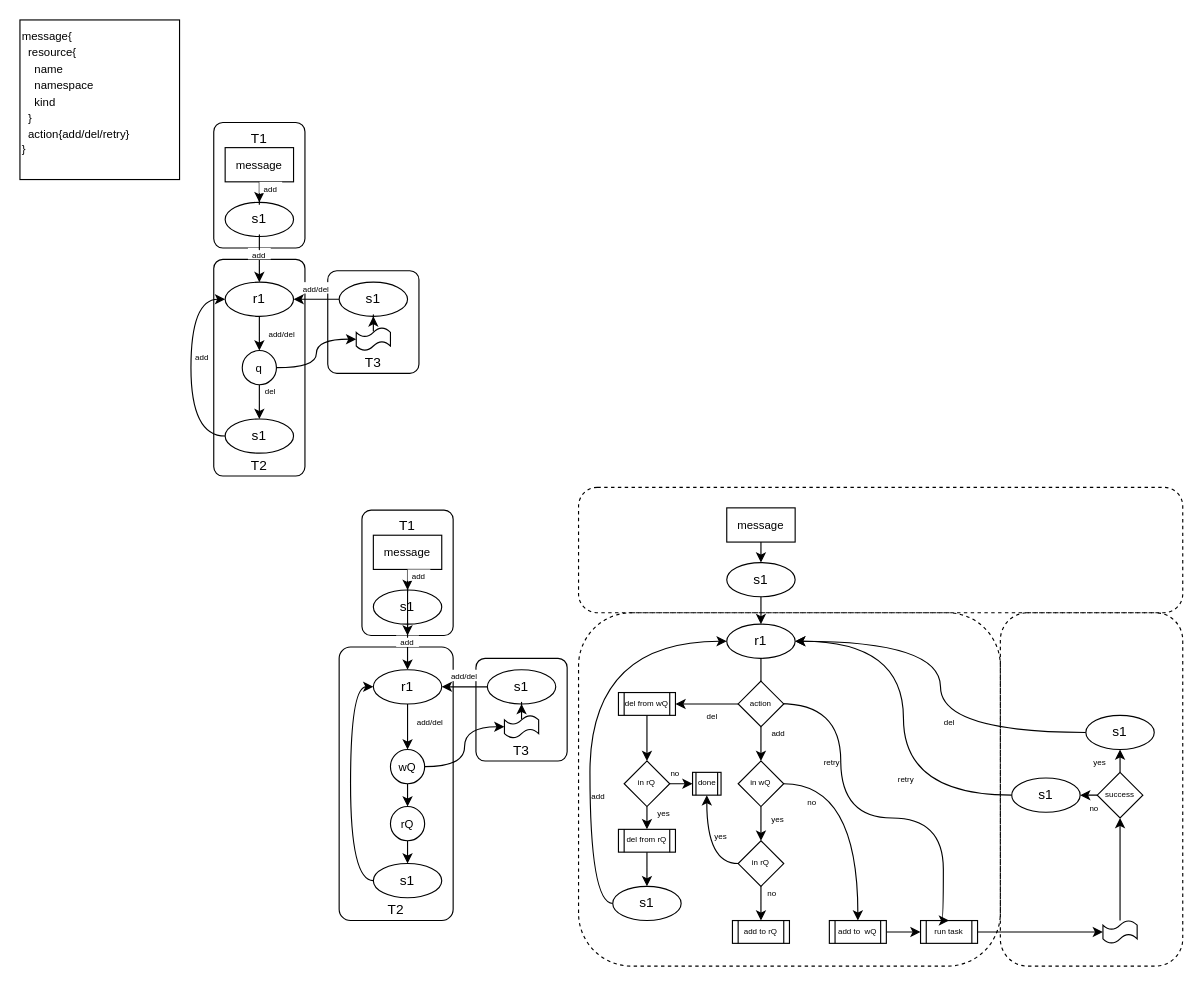
The draw.io diagram flow.drawio in michaelhenkel/config-controller, before the edit. Source tidied: cells renumbered, new cells numbered last; positions are measured from the earlier drawing's top-left corner, leaving out a move shared by most shapes. Both pictures are drawn from the tidied source at 114%, with x=0, y=0 at pixel (19, 19).
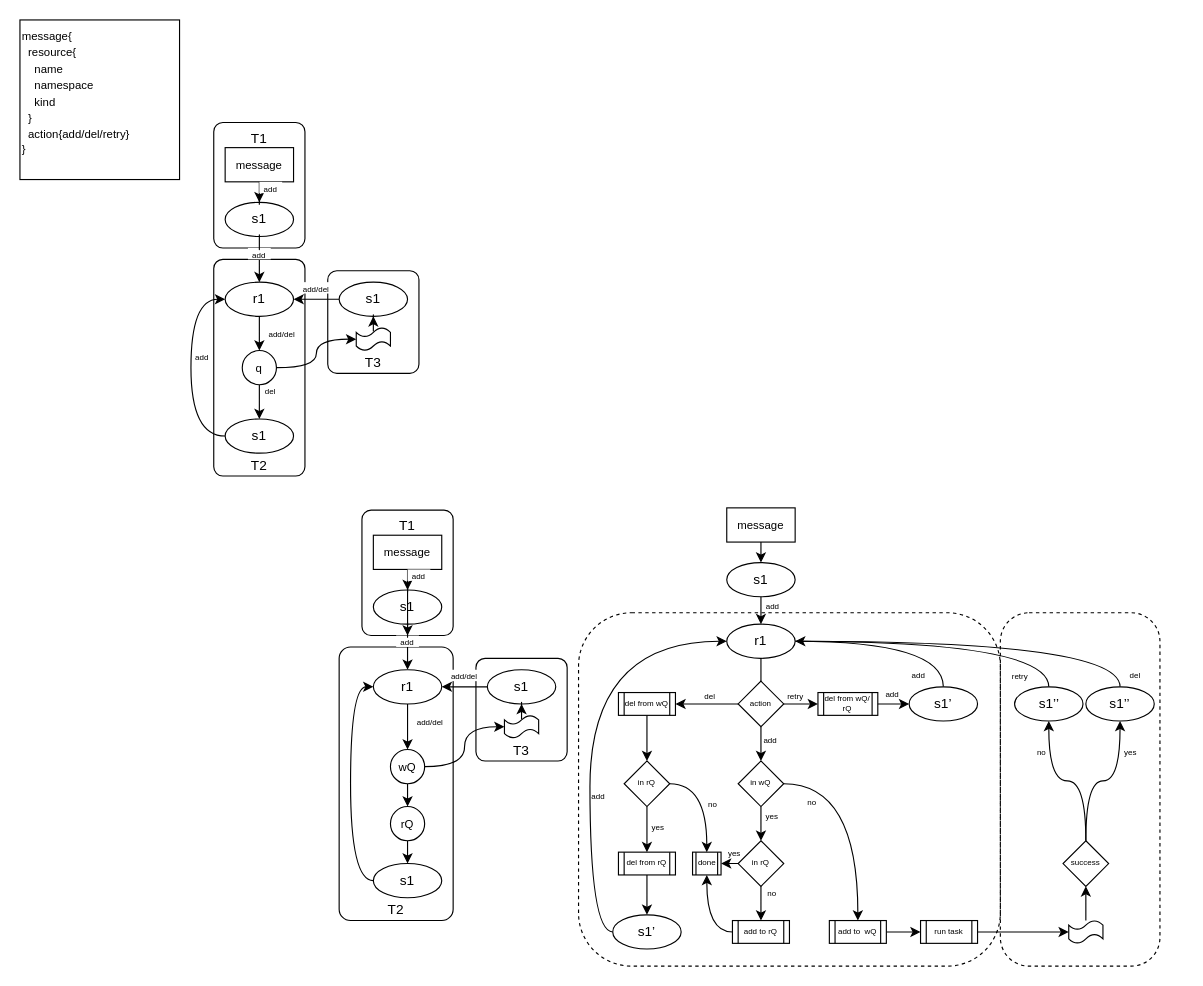
After the change.

The change refers to these unchanged cells:
```xml
<mxCell id="60" value="r1" style="ellipse;whiteSpace=wrap;html=1;" parent="1" vertex="1">
  <mxGeometry x="620" y="530" width="60" height="30" as="geometry" />
</mxCell>
<mxCell id="64" value="action" style="rhombus;whiteSpace=wrap;html=1;fontSize=7;fillColor=default;" parent="1" vertex="1">
  <mxGeometry x="630" y="580" width="40" height="40" as="geometry" />
</mxCell>
<mxCell id="72" value="add to rQ" style="shape=process;whiteSpace=wrap;html=1;backgroundOutline=1;fontSize=7;fillColor=none;" parent="1" vertex="1">
  <mxGeometry x="625" y="790" width="50" height="20" as="geometry" />
</mxCell>
<mxCell id="74" value="run task" style="shape=process;whiteSpace=wrap;html=1;backgroundOutline=1;fontSize=7;fillColor=none;" parent="1" vertex="1">
  <mxGeometry x="790" y="790" width="50" height="20" as="geometry" />
</mxCell>
<mxCell id="96" value="in rQ" style="rhombus;whiteSpace=wrap;html=1;fontSize=7;fillColor=default;" parent="1" vertex="1">
  <mxGeometry x="530" y="650" width="40" height="40" as="geometry" />
</mxCell>
```

Diff of the diagram source:
```diff
@@
+    <mxCell id="108" style="rounded=1;whiteSpace=wrap;html=1;fontSize=7;fillColor=none;dashed=1;arcSize=18;" parent="1" vertex="1">
+      <mxGeometry x="860" y="520" width="140" height="310" as="geometry" />
+    </mxCell>
@@
+    <mxCell id="111" style="edgeStyle=orthogonalEdgeStyle;curved=1;rounded=0;jettySize=auto;html=1;fontSize=7;endArrow=none;endFill=0;" parent="1" edge="1" source="60" target="116">
+      <mxGeometry relative="1" as="geometry" />
+    </mxCell>
+    <mxCell id="112" style="edgeStyle=orthogonalEdgeStyle;curved=1;rounded=0;jettySize=auto;html=1;entryX=0.5;entryY=0;entryDx=0;entryDy=0;fontSize=7;endArrow=none;endFill=0;" parent="1" edge="1" source="60" target="83">
+      <mxGeometry relative="1" as="geometry" />
+    </mxCell>
+    <mxCell id="113" style="edgeStyle=orthogonalEdgeStyle;curved=1;rounded=0;jettySize=auto;html=1;entryX=0.5;entryY=0;entryDx=0;entryDy=0;fontSize=7;endArrow=none;endFill=0;startArrow=classic;startFill=1;" parent="1" edge="1" source="60" target="81">
+      <mxGeometry relative="1" as="geometry" />
+    </mxCell>
@@
-    <mxCell id="63" style="edgeStyle=orthogonalEdgeStyle;curved=1;rounded=0;jettySize=auto;html=1;entryX=0.5;entryY=0;entryDx=0;entryDy=0;fontSize=7;exitX=0.914;exitY=0.493;exitDx=0;exitDy=0;exitPerimeter=0;" parent="1" edge="1" source="64" target="74">
-      <mxGeometry relative="1" as="geometry">
-        <Array as="points">
-          <mxPoint x="720" y="600" />
-          <mxPoint x="720" y="700" />
-          <mxPoint x="810" y="700" />
-          <mxPoint x="810" y="790" />
-        </Array>
-      </mxGeometry>
-    </mxCell>
+    <mxCell id="114" style="edgeStyle=orthogonalEdgeStyle;curved=1;rounded=0;jettySize=auto;html=1;entryX=0;entryY=0.5;entryDx=0;entryDy=0;fontSize=7;" parent="1" edge="1" source="64" target="118">
+      <mxGeometry relative="1" as="geometry" />
+    </mxCell>
@@
+    <mxCell id="115" style="edgeStyle=orthogonalEdgeStyle;curved=1;rounded=0;jettySize=auto;html=1;entryX=0.5;entryY=1;entryDx=0;entryDy=0;fontSize=7;" parent="1" edge="1" source="72" target="97">
+      <mxGeometry relative="1" as="geometry" />
+    </mxCell>
@@
     <mxCell id="76" style="shape=tape;whiteSpace=wrap;html=1;fontSize=10;" parent="1" vertex="1">
-      <mxGeometry x="950" y="790" width="30" height="20" as="geometry" />
+      <mxGeometry x="920" y="790" width="30" height="20" as="geometry" />
     </mxCell>
@@
     <mxCell id="79" value="success" style="rhombus;whiteSpace=wrap;html=1;fontSize=7;fillColor=default;" parent="1" vertex="1">
-      <mxGeometry x="945" y="660" width="40" height="40" as="geometry" />
+      <mxGeometry x="915" y="720" width="40" height="40" as="geometry" />
     </mxCell>
-    <mxCell id="80" style="edgeStyle=orthogonalEdgeStyle;curved=1;rounded=0;jettySize=auto;html=1;entryX=1;entryY=0.5;entryDx=0;entryDy=0;fontSize=7;" parent="1" edge="1" source="81" target="60">
-      <mxGeometry relative="1" as="geometry" />
-    </mxCell>
-    <mxCell id="81" value="s1" style="ellipse;whiteSpace=wrap;html=1;" parent="1" vertex="1">
-      <mxGeometry x="935" y="610" width="60" height="30" as="geometry" />
+    <mxCell id="81" value="s1’’" style="ellipse;whiteSpace=wrap;html=1;" parent="1" vertex="1">
+      <mxGeometry x="935" y="585" width="60" height="30" as="geometry" />
     </mxCell>
-    <mxCell id="82" style="edgeStyle=orthogonalEdgeStyle;curved=1;rounded=0;jettySize=auto;html=1;entryX=1;entryY=0.5;entryDx=0;entryDy=0;fontSize=7;" parent="1" edge="1" source="83" target="60">
-      <mxGeometry relative="1" as="geometry" />
-    </mxCell>
-    <mxCell id="83" value="s1" style="ellipse;whiteSpace=wrap;html=1;" parent="1" vertex="1">
-      <mxGeometry x="870" y="665" width="60" height="30" as="geometry" />
+    <mxCell id="83" value="s1’’" style="ellipse;whiteSpace=wrap;html=1;" parent="1" vertex="1">
+      <mxGeometry x="872.5" y="585" width="60" height="30" as="geometry" />
     </mxCell>
     <mxCell id="84" value="&lt;font style=&quot;font-size: 7px&quot;&gt;no&lt;/font&gt;" style="text;html=1;strokeColor=none;fillColor=none;align=center;verticalAlign=middle;whiteSpace=wrap;rounded=0;fontSize=10;" parent="1" vertex="1">
-      <mxGeometry x="930" y="685" width="25" height="10" as="geometry" />
+      <mxGeometry x="884" y="636" width="25" height="10" as="geometry" />
     </mxCell>
     <mxCell id="85" value="&lt;font style=&quot;font-size: 7px&quot;&gt;yes&lt;/font&gt;" style="text;html=1;strokeColor=none;fillColor=none;align=center;verticalAlign=middle;whiteSpace=wrap;rounded=0;fontSize=10;" parent="1" vertex="1">
-      <mxGeometry x="935" y="645" width="25" height="10" as="geometry" />
+      <mxGeometry x="962" y="636" width="25" height="10" as="geometry" />
     </mxCell>
     <mxCell id="86" value="&lt;font style=&quot;font-size: 7px&quot;&gt;del&lt;/font&gt;" style="text;html=1;strokeColor=none;fillColor=none;align=center;verticalAlign=middle;whiteSpace=wrap;rounded=0;fontSize=10;" parent="1" vertex="1">
-      <mxGeometry x="802.5" y="610" width="25" height="10" as="geometry" />
+      <mxGeometry x="966" y="569" width="25" height="10" as="geometry" />
     </mxCell>
     <mxCell id="87" value="&lt;font style=&quot;font-size: 7px&quot;&gt;retry&lt;/font&gt;" style="text;html=1;strokeColor=none;fillColor=none;align=center;verticalAlign=middle;whiteSpace=wrap;rounded=0;fontSize=10;" parent="1" vertex="1">
-      <mxGeometry x="765" y="660" width="25" height="10" as="geometry" />
+      <mxGeometry x="668" y="587" width="25" height="10" as="geometry" />
     </mxCell>
@@
     <mxCell id="90" value="&lt;font style=&quot;font-size: 7px&quot;&gt;add&lt;/font&gt;" style="text;html=1;strokeColor=none;fillColor=none;align=center;verticalAlign=middle;whiteSpace=wrap;rounded=0;fontSize=10;" parent="1" vertex="1">
-      <mxGeometry x="652.5" y="620" width="25" height="10" as="geometry" />
+      <mxGeometry x="645.5" y="626" width="25" height="10" as="geometry" />
     </mxCell>
     <mxCell id="91" value="&lt;font style=&quot;font-size: 7px&quot;&gt;del&lt;/font&gt;" style="text;html=1;strokeColor=none;fillColor=none;align=center;verticalAlign=middle;whiteSpace=wrap;rounded=0;fontSize=10;" parent="1" vertex="1">
-      <mxGeometry x="595" y="600" width="25" height="20" as="geometry" />
+      <mxGeometry x="593" y="582" width="25" height="20" as="geometry" />
     </mxCell>
@@
-    <mxCell id="93" value="s1" style="ellipse;whiteSpace=wrap;html=1;" parent="1" vertex="1">
-      <mxGeometry x="520" y="760" width="60" height="30" as="geometry" />
+    <mxCell id="93" value="s1’" style="ellipse;whiteSpace=wrap;html=1;" parent="1" vertex="1">
+      <mxGeometry x="520" y="785" width="60" height="30" as="geometry" />
     </mxCell>
@@
-    <mxCell id="95" style="edgeStyle=orthogonalEdgeStyle;curved=1;rounded=0;jettySize=auto;html=1;entryX=0;entryY=0.5;entryDx=0;entryDy=0;fontSize=7;" parent="1" edge="1" source="96" target="97">
+    <mxCell id="95" style="edgeStyle=orthogonalEdgeStyle;curved=1;rounded=0;jettySize=auto;html=1;entryX=0.5;entryY=0;entryDx=0;entryDy=0;fontSize=7;" parent="1" edge="1" source="96" target="97">
       <mxGeometry relative="1" as="geometry" />
     </mxCell>
@@
     <mxCell id="97" value="done" style="shape=process;whiteSpace=wrap;html=1;backgroundOutline=1;fontSize=7;fillColor=none;" parent="1" vertex="1">
-      <mxGeometry x="590" y="660" width="25" height="20" as="geometry" />
+      <mxGeometry x="590" y="730" width="25" height="20" as="geometry" />
     </mxCell>
@@
     <mxCell id="99" value="&lt;font style=&quot;font-size: 7px&quot;&gt;no&lt;/font&gt;" style="text;html=1;strokeColor=none;fillColor=none;align=center;verticalAlign=middle;whiteSpace=wrap;rounded=0;fontSize=10;" parent="1" vertex="1">
-      <mxGeometry x="560" y="655" width="30" height="10" as="geometry" />
+      <mxGeometry x="593" y="682" width="30" height="10" as="geometry" />
     </mxCell>
     <mxCell id="100" value="&lt;font style=&quot;font-size: 7px&quot;&gt;yes&lt;/font&gt;" style="text;html=1;strokeColor=none;fillColor=none;align=center;verticalAlign=middle;whiteSpace=wrap;rounded=0;fontSize=10;" parent="1" vertex="1">
-      <mxGeometry x="550" y="690" width="30" height="10" as="geometry" />
+      <mxGeometry x="545" y="702" width="30" height="10" as="geometry" />
     </mxCell>
@@
     <mxCell id="102" value="del from rQ" style="shape=process;whiteSpace=wrap;html=1;backgroundOutline=1;fontSize=7;fillColor=none;" parent="1" vertex="1">
-      <mxGeometry x="525" y="710" width="50" height="20" as="geometry" />
+      <mxGeometry x="525" y="730" width="50" height="20" as="geometry" />
     </mxCell>
     <mxCell id="103" value="&lt;font style=&quot;font-size: 7px&quot;&gt;yes&lt;/font&gt;" style="text;html=1;strokeColor=none;fillColor=none;align=center;verticalAlign=middle;whiteSpace=wrap;rounded=0;fontSize=10;" parent="1" vertex="1">
-      <mxGeometry x="650" y="695" width="30" height="10" as="geometry" />
+      <mxGeometry x="645" y="692" width="30" height="10" as="geometry" />
     </mxCell>
@@
+    <mxCell id="110" value="&lt;font style=&quot;font-size: 7px&quot;&gt;add&lt;/font&gt;" style="text;html=1;strokeColor=none;fillColor=none;align=center;verticalAlign=middle;whiteSpace=wrap;rounded=0;fontSize=10;" parent="1" vertex="1">
+      <mxGeometry x="495" y="675" width="25" height="10" as="geometry" />
+    </mxCell>
+    <mxCell id="107" value="&lt;span style=&quot;font-size: 7px&quot;&gt;retry&lt;/span&gt;" style="text;html=1;strokeColor=none;fillColor=none;align=center;verticalAlign=middle;whiteSpace=wrap;rounded=0;fontSize=10;" parent="1" vertex="1">
+      <mxGeometry x="865" y="570" width="25" height="10" as="geometry" />
+    </mxCell>
+    <mxCell id="116" value="s1’" style="ellipse;whiteSpace=wrap;html=1;" parent="1" vertex="1">
+      <mxGeometry x="780" y="585" width="60" height="30" as="geometry" />
+    </mxCell>
+    <mxCell id="117" style="edgeStyle=orthogonalEdgeStyle;curved=1;rounded=0;jettySize=auto;html=1;fontSize=7;" parent="1" edge="1" source="118" target="116">
+      <mxGeometry relative="1" as="geometry" />
+    </mxCell>
+    <mxCell id="118" value="del from wQ/&lt;br&gt;rQ" style="shape=process;whiteSpace=wrap;html=1;backgroundOutline=1;fontSize=7;fillColor=none;" parent="1" vertex="1">
+      <mxGeometry x="700" y="590" width="52.5" height="20" as="geometry" />
+    </mxCell>
+    <mxCell id="119" value="&lt;font style=&quot;font-size: 7px&quot;&gt;add&lt;/font&gt;" style="text;html=1;strokeColor=none;fillColor=none;align=center;verticalAlign=middle;whiteSpace=wrap;rounded=0;fontSize=10;" parent="1" vertex="1">
+      <mxGeometry x="752.5" y="585" width="25" height="10" as="geometry" />
+    </mxCell>
     <mxCell id="106" value="&lt;font style=&quot;font-size: 7px&quot;&gt;yes&lt;/font&gt;" style="text;html=1;strokeColor=none;fillColor=none;align=center;verticalAlign=middle;whiteSpace=wrap;rounded=0;fontSize=10;" parent="1" vertex="1">
-      <mxGeometry x="600" y="710" width="30" height="10" as="geometry" />
+      <mxGeometry x="612" y="725" width="30" height="10" as="geometry" />
     </mxCell>
-    <mxCell id="107" value="&lt;font style=&quot;font-size: 7px&quot;&gt;retry&lt;/font&gt;" style="text;html=1;strokeColor=none;fillColor=none;align=center;verticalAlign=middle;whiteSpace=wrap;rounded=0;fontSize=10;" parent="1" vertex="1">
-      <mxGeometry x="700" y="645" width="25" height="10" as="geometry" />
-    </mxCell>
-    <mxCell id="108" style="rounded=1;whiteSpace=wrap;html=1;fontSize=7;fillColor=none;dashed=1;" parent="1" vertex="1">
-      <mxGeometry x="860" y="520" width="160" height="310" as="geometry" />
-    </mxCell>
-    <mxCell id="109" style="rounded=1;whiteSpace=wrap;html=1;fontSize=7;fillColor=none;dashed=1;" parent="1" vertex="1">
-      <mxGeometry x="490" y="410" width="530" height="110" as="geometry" />
-    </mxCell>
-    <mxCell id="110" value="&lt;font style=&quot;font-size: 7px&quot;&gt;add&lt;/font&gt;" style="text;html=1;strokeColor=none;fillColor=none;align=center;verticalAlign=middle;whiteSpace=wrap;rounded=0;fontSize=10;" parent="1" vertex="1">
-      <mxGeometry x="495" y="675" width="25" height="10" as="geometry" />
-    </mxCell>
+    <mxCell id="120" value="&lt;font style=&quot;font-size: 7px&quot;&gt;add&lt;/font&gt;" style="text;html=1;strokeColor=none;fillColor=none;align=center;verticalAlign=middle;whiteSpace=wrap;rounded=0;fontSize=10;" parent="1" vertex="1">
+      <mxGeometry x="775.5" y="569" width="25" height="10" as="geometry" />
+    </mxCell>
+    <mxCell id="121" value="&lt;font style=&quot;font-size: 7px&quot;&gt;add&lt;/font&gt;" style="text;html=1;strokeColor=none;fillColor=none;align=center;verticalAlign=middle;whiteSpace=wrap;rounded=0;fontSize=10;" parent="1" vertex="1">
+      <mxGeometry x="648" y="508" width="25" height="10" as="geometry" />
+    </mxCell>
```
